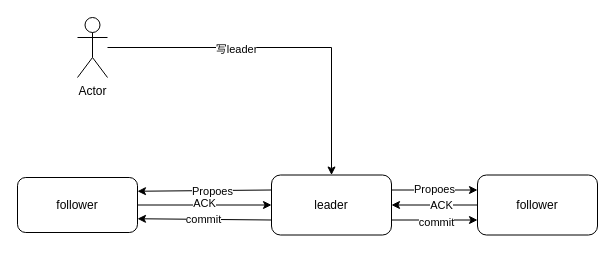
Before: file/ZAB.drawio in Gwx1211/drawio, a draw.io diagram. Source tidied: cells renumbered, new cells numbered last; positions are measured from the earlier drawing's top-left corner, leaving out a move shared by most shapes. Both pictures are drawn from the tidied source at 100%, with x=0, y=0 at pixel (17, 17).
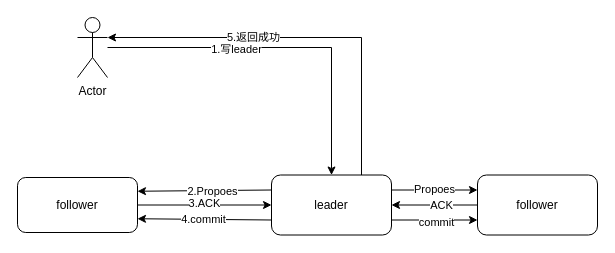
After the change.

Unchanged cells that the change refers to:
```xml
<mxCell id="2" style="edgeStyle=orthogonalEdgeStyle;rounded=0;jettySize=auto;html=1;entryX=0.5;entryY=0;entryDx=0;entryDy=0;" parent="1" edge="1" source="4" target="12">
  <mxGeometry relative="1" as="geometry" />
</mxCell>
<mxCell id="4" value="Actor" style="shape=umlActor;verticalLabelPosition=bottom;verticalAlign=top;html=1;outlineConnect=0;" parent="1" vertex="1">
  <mxGeometry x="60" width="30" height="60" as="geometry" />
</mxCell>
<mxCell id="12" value="leader" style="rounded=1;whiteSpace=wrap;html=1;" parent="1" vertex="1">
  <mxGeometry x="254" y="157.5" width="120" height="60" as="geometry" />
</mxCell>
<mxCell id="14" style="endArrow=classic;html=1;exitX=0;exitY=0.25;exitDx=0;exitDy=0;entryX=1;entryY=0.25;entryDx=0;entryDy=0;" parent="1" edge="1" source="12" target="13">
  <mxGeometry relative="1" as="geometry" />
</mxCell>
<mxCell id="16" style="endArrow=classic;html=1;entryX=0;entryY=0.5;entryDx=0;entryDy=0;" parent="1" edge="1" source="13" target="12">
  <mxGeometry relative="1" as="geometry" />
</mxCell>
<mxCell id="18" style="endArrow=classic;html=1;entryX=1;entryY=0.75;entryDx=0;entryDy=0;exitX=0;exitY=0.75;exitDx=0;exitDy=0;" parent="1" edge="1" source="12" target="13">
  <mxGeometry relative="1" as="geometry" />
</mxCell>
```

Diff of the diagram source:
```diff
@@
-    <mxCell id="3" value="写leader" style="edgeLabel;html=1;align=center;verticalAlign=middle;" parent="2" vertex="1">
+    <mxCell id="3" value="1.写leader" style="edgeLabel;html=1;align=center;verticalAlign=middle;" parent="2" vertex="1">
       <mxGeometry x="-0.27" y="-1" relative="1" as="geometry" />
     </mxCell>
@@
+    <mxCell id="20" style="edgeStyle=orthogonalEdgeStyle;rounded=0;jettySize=auto;html=1;exitX=0.75;exitY=0;exitDx=0;exitDy=0;entryX=1;entryY=0.3333333333333333;entryDx=0;entryDy=0;entryPerimeter=0;" parent="1" edge="1" source="12" target="4">
+      <mxGeometry relative="1" as="geometry" />
+    </mxCell>
+    <mxCell id="21" value="5.返回成功" style="edgeLabel;html=1;align=center;verticalAlign=middle;" parent="20" vertex="1">
+      <mxGeometry x="0.26" y="-1" relative="1" as="geometry">
+        <mxPoint x="1" as="offset" />
+      </mxGeometry>
+    </mxCell>
@@
-    <mxCell id="15" value="Propoes" style="edgeLabel;html=1;align=center;verticalAlign=middle;" parent="14" vertex="1">
+    <mxCell id="15" value="2.Propoes" style="edgeLabel;html=1;align=center;verticalAlign=middle;" parent="14" vertex="1">
       <mxGeometry x="-0.1" relative="1" as="geometry" />
     </mxCell>
@@
-    <mxCell id="17" value="ACK" style="edgeLabel;html=1;align=center;verticalAlign=middle;" parent="16" vertex="1">
+    <mxCell id="17" value="3.ACK" style="edgeLabel;html=1;align=center;verticalAlign=middle;" parent="16" vertex="1">
       <mxGeometry x="-0.02" y="-3" relative="1" as="geometry">
         <mxPoint y="-5" as="offset" />
       </mxGeometry>
     </mxCell>
@@
-    <mxCell id="19" value="commit" style="edgeLabel;html=1;align=center;verticalAlign=middle;" parent="18" vertex="1">
+    <mxCell id="19" value="4.commit" style="edgeLabel;html=1;align=center;verticalAlign=middle;" parent="18" vertex="1">
       <mxGeometry x="0.03" relative="1" as="geometry" />
     </mxCell>
```
